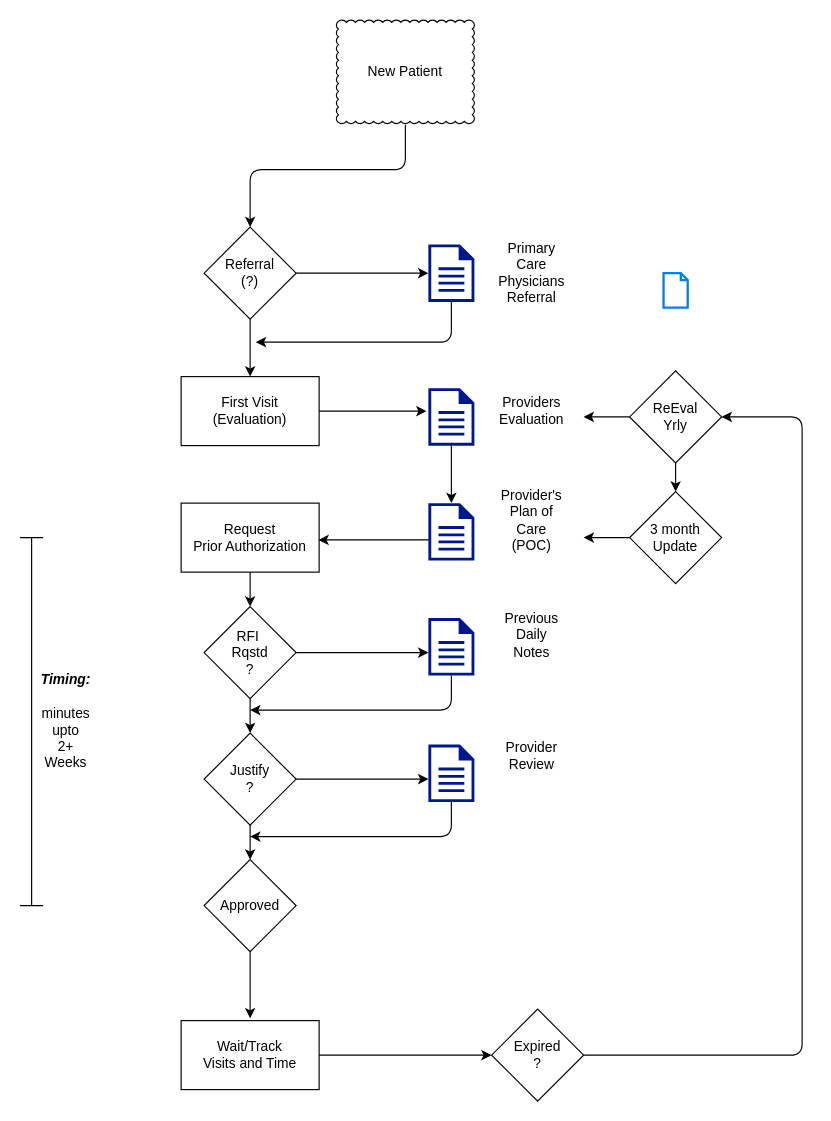
Above: public/Untitled Diagram.drawio in cashmy/pa_tracker (draw.io), before the change. Source tidied: cells renumbered, new cells numbered last; positions are measured from the earlier drawing's top-left corner, leaving out a move shared by most shapes. Both pictures are drawn from the tidied source at 115%, with x=0, y=0 at pixel (20, 20).
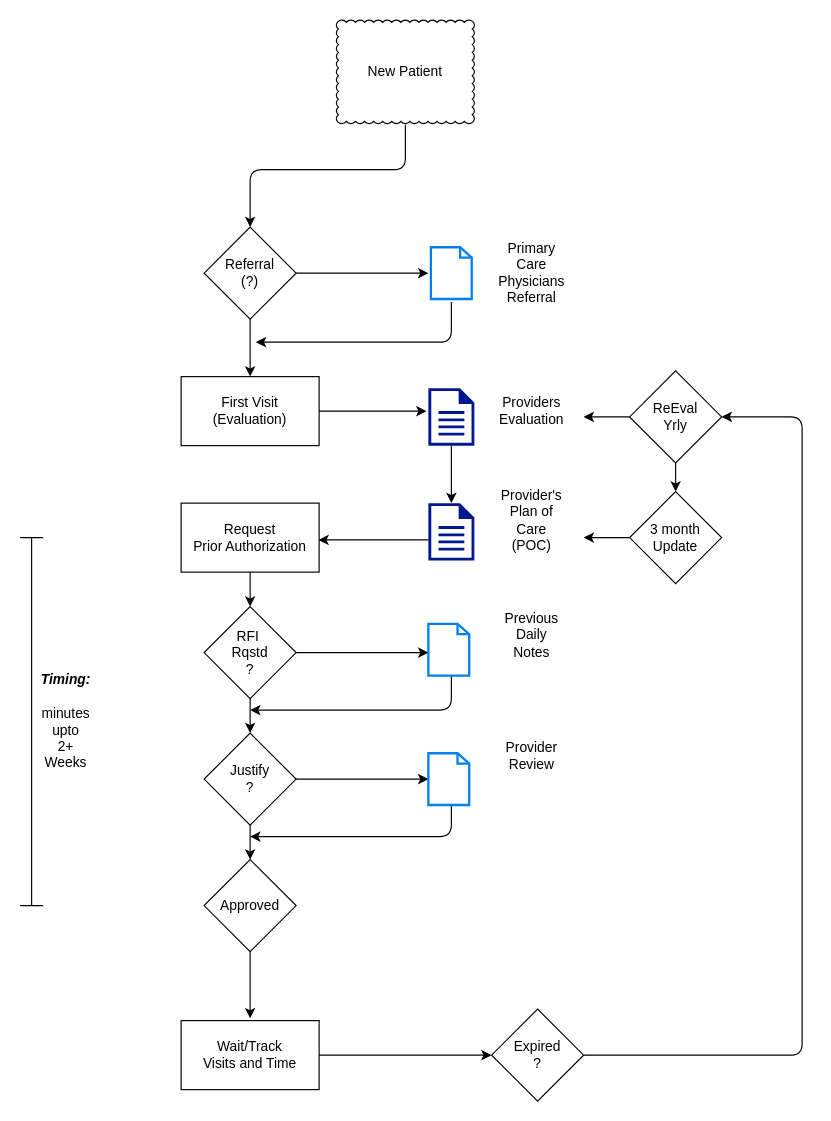
The same diagram, later.

Commit message:
Differientiated Doc types

The change refers to these unchanged cells:
```xml
<mxCell id="11" value="Referral&lt;br&gt;(?)" style="rhombus;whiteSpace=wrap;html=1;" parent="1" vertex="1">
  <mxGeometry x="160" y="180" width="80" height="80" as="geometry" />
</mxCell>
```

What changed in the source:
```diff
@@
-    <mxCell id="3" style="shadow=0;dashed=0;html=1;strokeColor=none;labelPosition=center;verticalLabelPosition=bottom;verticalAlign=top;align=center;fillColor=#00188D;shape=mxgraph.mscae.enterprise.document;" parent="1" vertex="1">
-      <mxGeometry x="355" y="195" width="40" height="50" as="geometry" />
-    </mxCell>
@@
     <mxCell id="6" style="html=1;verticalLabelPosition=bottom;align=center;labelBackgroundColor=#ffffff;verticalAlign=top;strokeWidth=2;strokeColor=#0080F0;shadow=0;dashed=0;shape=mxgraph.ios7.icons.document;" parent="1" vertex="1">
-      <mxGeometry x="559.5" y="220" width="21" height="30" as="geometry" />
+      <mxGeometry x="357.2" y="197.5" width="35.5" height="45" as="geometry" />
     </mxCell>
@@
-    <mxCell id="12" style="edgeStyle=segmentEdgeStyle;endArrow=classic;html=1;exitX=1;exitY=0.5;exitDx=0;exitDy=0;entryX=0;entryY=0.5;entryDx=0;entryDy=0;entryPerimeter=0;" parent="1" edge="1" source="11" target="3">
-      <mxGeometry relative="1" as="geometry" />
+    <mxCell id="12" style="edgeStyle=segmentEdgeStyle;endArrow=classic;html=1;exitX=1;exitY=0.5;exitDx=0;exitDy=0;entryX=0;entryY=0.5;entryDx=0;entryDy=0;entryPerimeter=0;" parent="1" edge="1" source="11">
+      <mxGeometry relative="1" as="geometry">
+        <mxPoint x="355" y="220" as="targetPoint" />
+      </mxGeometry>
     </mxCell>
-    <mxCell id="13" style="edgeStyle=segmentEdgeStyle;endArrow=classic;html=1;exitX=0.5;exitY=1;exitDx=0;exitDy=0;exitPerimeter=0;" parent="1" edge="1" source="3">
+    <mxCell id="13" style="edgeStyle=segmentEdgeStyle;endArrow=classic;html=1;exitX=0.5;exitY=1;exitDx=0;exitDy=0;exitPerimeter=0;" parent="1" edge="1">
       <mxGeometry relative="1" as="geometry">
+        <mxPoint x="375" y="245" as="sourcePoint" />
         <mxPoint x="205" y="280" as="targetPoint" />
         <Array as="points">
           <mxPoint x="375" y="280" />
           <mxPoint x="285" y="280" />
         </Array>
       </mxGeometry>
     </mxCell>
@@
-    <mxCell id="23" style="shadow=0;dashed=0;html=1;strokeColor=none;labelPosition=center;verticalLabelPosition=bottom;verticalAlign=top;align=center;fillColor=#00188D;shape=mxgraph.mscae.enterprise.document;" parent="1" vertex="1">
-      <mxGeometry x="355" y="520" width="40" height="50" as="geometry" />
-    </mxCell>
-    <mxCell id="24" style="shadow=0;dashed=0;html=1;strokeColor=none;labelPosition=center;verticalLabelPosition=bottom;verticalAlign=top;align=center;fillColor=#00188D;shape=mxgraph.mscae.enterprise.document;" parent="1" vertex="1">
-      <mxGeometry x="355" y="630" width="40" height="50" as="geometry" />
-    </mxCell>
@@
-    <mxCell id="40" style="edgeStyle=segmentEdgeStyle;endArrow=classic;html=1;exitX=0.5;exitY=1;exitDx=0;exitDy=0;exitPerimeter=0;" parent="1" edge="1" source="23">
+    <mxCell id="40" style="edgeStyle=segmentEdgeStyle;endArrow=classic;html=1;exitX=0.5;exitY=1;exitDx=0;exitDy=0;exitPerimeter=0;" parent="1" edge="1">
       <mxGeometry relative="1" as="geometry">
+        <mxPoint x="375" y="570" as="sourcePoint" />
         <mxPoint x="200" y="600" as="targetPoint" />
         <Array as="points">
           <mxPoint x="375" y="600" />
         </Array>
       </mxGeometry>
     </mxCell>
@@
+    <mxCell id="46" style="html=1;verticalLabelPosition=bottom;align=center;labelBackgroundColor=#ffffff;verticalAlign=top;strokeWidth=2;strokeColor=#0080F0;shadow=0;dashed=0;shape=mxgraph.ios7.icons.document;" parent="1" vertex="1">
+      <mxGeometry x="355" y="525" width="35.5" height="45" as="geometry" />
+    </mxCell>
+    <mxCell id="47" style="html=1;verticalLabelPosition=bottom;align=center;labelBackgroundColor=#ffffff;verticalAlign=top;strokeWidth=2;strokeColor=#0080F0;shadow=0;dashed=0;shape=mxgraph.ios7.icons.document;" parent="1" vertex="1">
+      <mxGeometry x="355" y="637.5" width="35.5" height="45" as="geometry" />
+    </mxCell>
```
